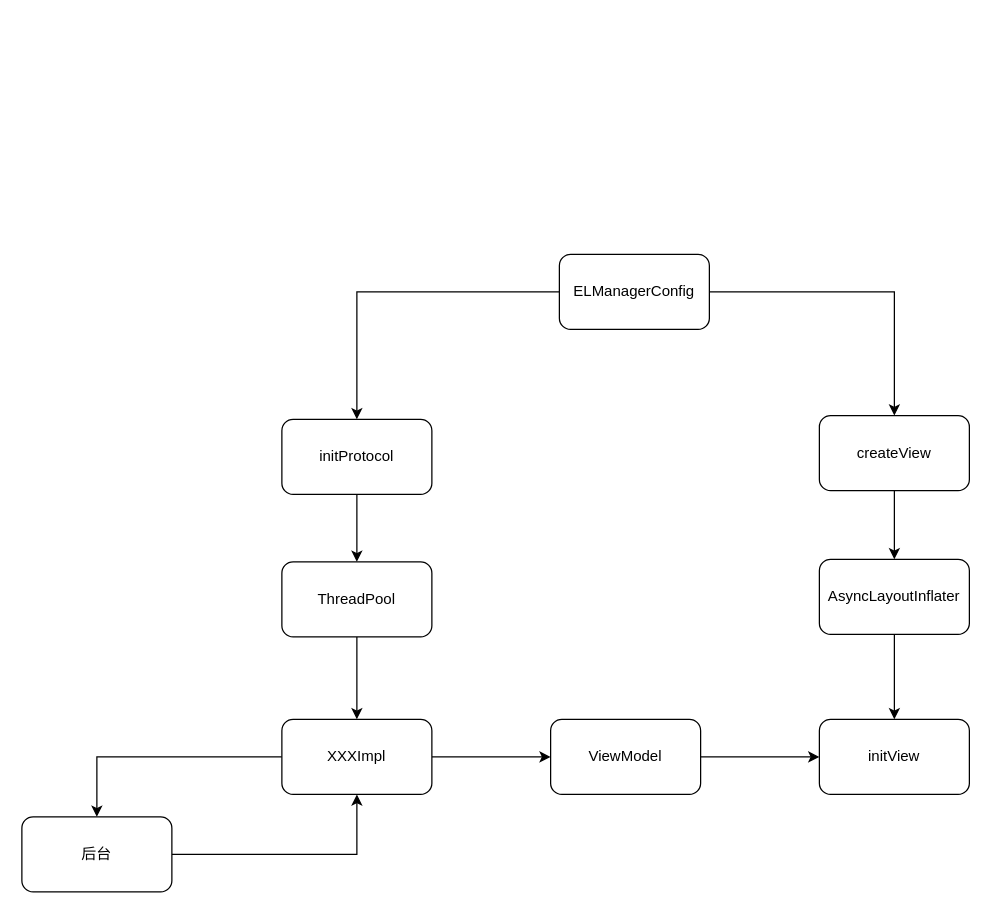
Above: page "直播间优化" (1 of 2) of live_operate.drawio in cangwang/news (draw.io), before the change. Source tidied: cells renumbered, new cells numbered last; positions are measured from the earlier drawing's top-left corner, leaving out a move shared by most shapes. Both pictures are drawn from the tidied source at 125%, with x=0, y=0 at pixel (21, 254).
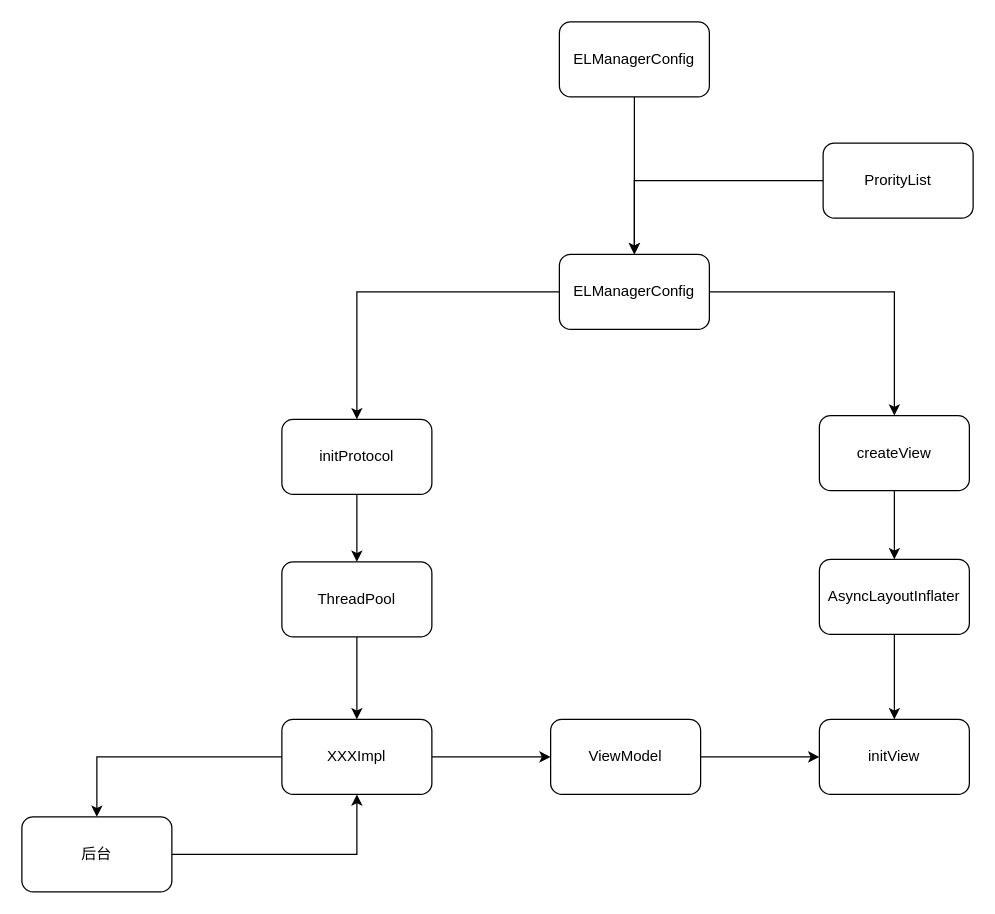
Above is the later version.

Unchanged cells that the change refers to:
```xml
<mxCell id="18" value="ELManagerConfig" style="rounded=1;whiteSpace=wrap;html=1;" parent="1" vertex="1">
  <mxGeometry x="430" width="120" height="60" as="geometry" />
</mxCell>
```

What changed in the source:
```diff
@@
+    <mxCell id="21" style="edgeStyle=orthogonalEdgeStyle;rounded=0;jettySize=auto;html=1;exitX=0.5;exitY=1;exitDx=0;exitDy=0;" parent="1" edge="1" source="22" target="18">
+      <mxGeometry relative="1" as="geometry" />
+    </mxCell>
+    <mxCell id="22" value="ELManagerConfig" style="rounded=1;whiteSpace=wrap;html=1;" parent="1" vertex="1">
+      <mxGeometry x="430" y="-186" width="120" height="60" as="geometry" />
+    </mxCell>
+    <mxCell id="23" style="edgeStyle=orthogonalEdgeStyle;rounded=0;jettySize=auto;html=1;exitX=0;exitY=0.5;exitDx=0;exitDy=0;" parent="1" edge="1" source="24" target="18">
+      <mxGeometry relative="1" as="geometry" />
+    </mxCell>
+    <mxCell id="24" value="ProrityList" style="rounded=1;whiteSpace=wrap;html=1;" parent="1" vertex="1">
+      <mxGeometry x="641" y="-89" width="120" height="60" as="geometry" />
+    </mxCell>
```
